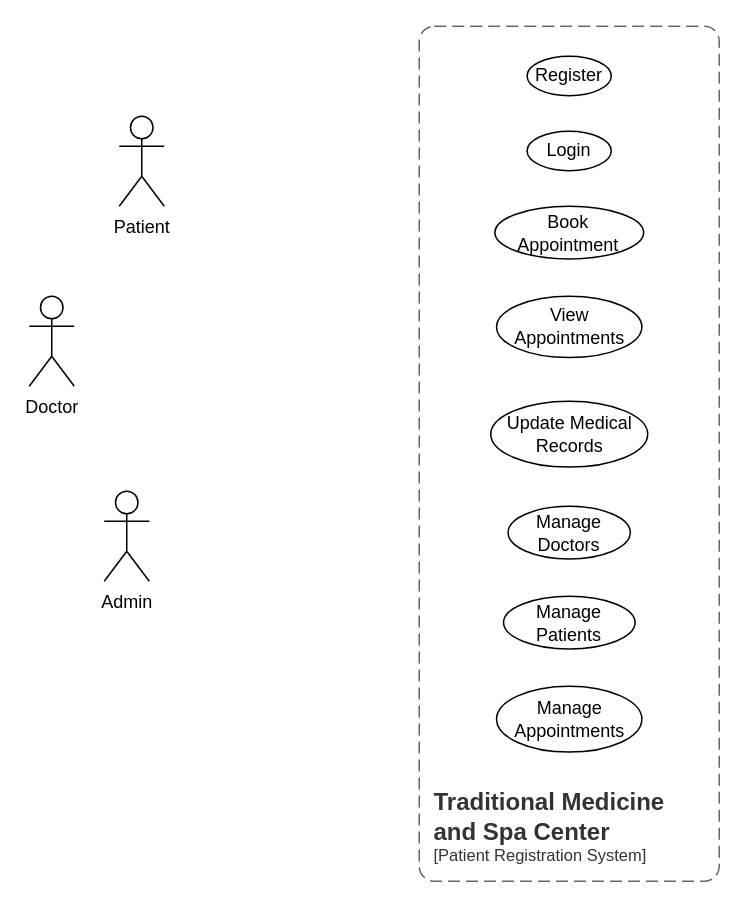
The draw.io diagram waids_uml/uaurst.drawio in grythman/W.A.I.D.S, before the edit. Source tidied: cells renumbered, new cells numbered last; positions are measured from the earlier drawing's top-left corner, leaving out a move shared by most shapes. Both pictures are drawn from the tidied source at 150%, with x=0, y=0 at pixel (28, 26).
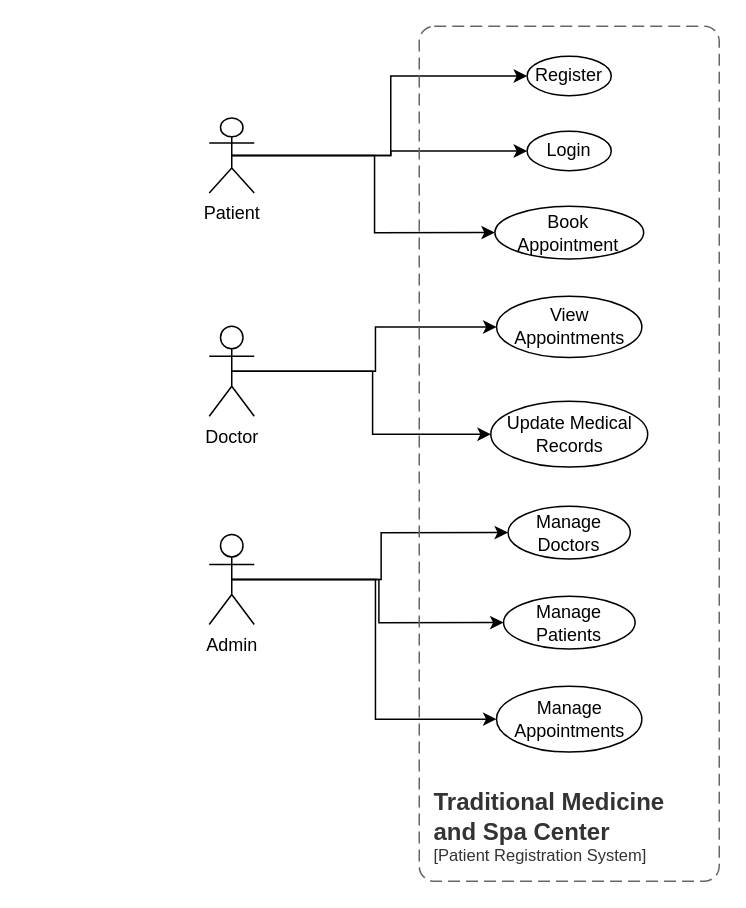
After the change.

The change refers to these unchanged cells:
```xml
<mxCell id="6" value="Register" style="ellipse;whiteSpace=wrap;html=1;" parent="1" vertex="1">
  <mxGeometry x="331.9" y="20" width="56.1" height="26.3" as="geometry" />
</mxCell>
<mxCell id="7" value="Manage Appointments" style="ellipse;whiteSpace=wrap;html=1;" parent="1" vertex="1">
  <mxGeometry x="311.5" y="440" width="96.9" height="43.9" as="geometry" />
</mxCell>
<mxCell id="8" value="Book Appointment" style="ellipse;whiteSpace=wrap;html=1;" parent="1" vertex="1">
  <mxGeometry x="310.4" y="120" width="99.2" height="35.1" as="geometry" />
</mxCell>
<mxCell id="9" value="Update Medical Records" style="ellipse;whiteSpace=wrap;html=1;" parent="1" vertex="1">
  <mxGeometry x="307.7" y="250" width="104.6" height="43.9" as="geometry" />
</mxCell>
<mxCell id="10" value="Manage Doctors" style="ellipse;whiteSpace=wrap;html=1;" parent="1" vertex="1">
  <mxGeometry x="319.2" y="320" width="81.5" height="35.1" as="geometry" />
</mxCell>
<mxCell id="11" value="Manage Patients" style="ellipse;whiteSpace=wrap;html=1;" parent="1" vertex="1">
  <mxGeometry x="316.2" y="380" width="87.7" height="35.1" as="geometry" />
</mxCell>
<mxCell id="12" value="Login" style="ellipse;whiteSpace=wrap;html=1;" parent="1" vertex="1">
  <mxGeometry x="331.9" y="70" width="56.1" height="26.3" as="geometry" />
</mxCell>
<mxCell id="13" value="View Appointments" style="ellipse;whiteSpace=wrap;html=1;" parent="1" vertex="1">
  <mxGeometry x="311.5" y="180" width="96.9" height="40.9" as="geometry" />
</mxCell>
```

Change to the diagram source:
```diff
@@
+    <mxCell id="14" style="edgeStyle=orthogonalEdgeStyle;rounded=0;jettySize=auto;html=1;exitX=0.5;exitY=0.5;exitDx=0;exitDy=0;exitPerimeter=0;" parent="1" edge="1" source="2" target="13">
+      <mxGeometry relative="1" as="geometry" />
+    </mxCell>
+    <mxCell id="15" style="edgeStyle=orthogonalEdgeStyle;rounded=0;jettySize=auto;html=1;exitX=0.5;exitY=0.5;exitDx=0;exitDy=0;exitPerimeter=0;" parent="1" edge="1" source="2" target="9">
+      <mxGeometry relative="1" as="geometry" />
+    </mxCell>
     <mxCell id="2" value="Doctor" style="shape=umlActor;verticalLabelPosition=bottom;verticalAlign=top;html=1;outlineConnect=0;" parent="1" vertex="1">
-      <mxGeometry y="180" width="30" height="60" as="geometry" />
+      <mxGeometry x="120" y="200" width="30" height="60" as="geometry" />
     </mxCell>
+    <mxCell id="16" style="edgeStyle=orthogonalEdgeStyle;rounded=0;jettySize=auto;html=1;exitX=0.5;exitY=0.5;exitDx=0;exitDy=0;exitPerimeter=0;entryX=0;entryY=0.5;entryDx=0;entryDy=0;" parent="1" edge="1" source="3" target="10">
+      <mxGeometry relative="1" as="geometry" />
+    </mxCell>
+    <mxCell id="17" style="edgeStyle=orthogonalEdgeStyle;rounded=0;jettySize=auto;html=1;exitX=0.5;exitY=0.5;exitDx=0;exitDy=0;exitPerimeter=0;entryX=0;entryY=0.5;entryDx=0;entryDy=0;" parent="1" edge="1" source="3" target="11">
+      <mxGeometry relative="1" as="geometry" />
+    </mxCell>
+    <mxCell id="18" style="edgeStyle=orthogonalEdgeStyle;rounded=0;jettySize=auto;html=1;exitX=0.5;exitY=0.5;exitDx=0;exitDy=0;exitPerimeter=0;entryX=0;entryY=0.5;entryDx=0;entryDy=0;" parent="1" edge="1" source="3" target="7">
+      <mxGeometry relative="1" as="geometry" />
+    </mxCell>
     <mxCell id="3" value="Admin" style="shape=umlActor;verticalLabelPosition=bottom;verticalAlign=top;html=1;outlineConnect=0;" parent="1" vertex="1">
-      <mxGeometry x="50" y="310" width="30" height="60" as="geometry" />
+      <mxGeometry x="120" y="338.8" width="30" height="60" as="geometry" />
     </mxCell>
+    <mxCell id="19" style="edgeStyle=orthogonalEdgeStyle;rounded=0;jettySize=auto;html=1;exitX=0.5;exitY=0.5;exitDx=0;exitDy=0;exitPerimeter=0;entryX=0;entryY=0.5;entryDx=0;entryDy=0;" parent="1" edge="1" source="4" target="12">
+      <mxGeometry relative="1" as="geometry" />
+    </mxCell>
+    <mxCell id="20" style="edgeStyle=orthogonalEdgeStyle;rounded=0;jettySize=auto;html=1;exitX=0.5;exitY=0.5;exitDx=0;exitDy=0;exitPerimeter=0;entryX=0;entryY=0.5;entryDx=0;entryDy=0;" parent="1" edge="1" source="4" target="6">
+      <mxGeometry relative="1" as="geometry" />
+    </mxCell>
+    <mxCell id="21" style="edgeStyle=orthogonalEdgeStyle;rounded=0;jettySize=auto;html=1;exitX=0.5;exitY=0.5;exitDx=0;exitDy=0;exitPerimeter=0;entryX=0;entryY=0.5;entryDx=0;entryDy=0;" parent="1" edge="1" source="4" target="8">
+      <mxGeometry relative="1" as="geometry" />
+    </mxCell>
     <mxCell id="4" value="Patient" style="shape=umlActor;verticalLabelPosition=bottom;verticalAlign=top;html=1;outlineConnect=0;" parent="1" vertex="1">
-      <mxGeometry x="60" y="60" width="30" height="60" as="geometry" />
+      <mxGeometry x="120" y="61.2" width="30" height="50" as="geometry" />
     </mxCell>
```
